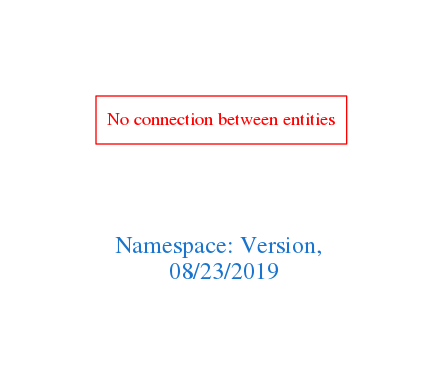
Before: downloads/Version.png, a diagram exported from Graphviz (arago/OGIT). Its source is kept beside it as downloads/Version.dot.
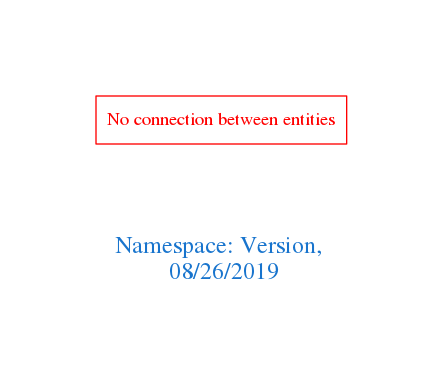
After the change.

What changed in the source:
```diff
@@ -1,7 +1,7 @@
 digraph OGIT_ontology {
  graph [ rankdir= LR,pad=1
 fontsize = 18,
-fontcolor= dodgerblue3,label = "\n\n\nNamespace: Version, \n 08/23/2019"];
+fontcolor= dodgerblue3,label = "\n\n\nNamespace: Version, \n 08/26/2019"];
 node[shape=polygon];
 edge [  color="gray81"];
 
```
